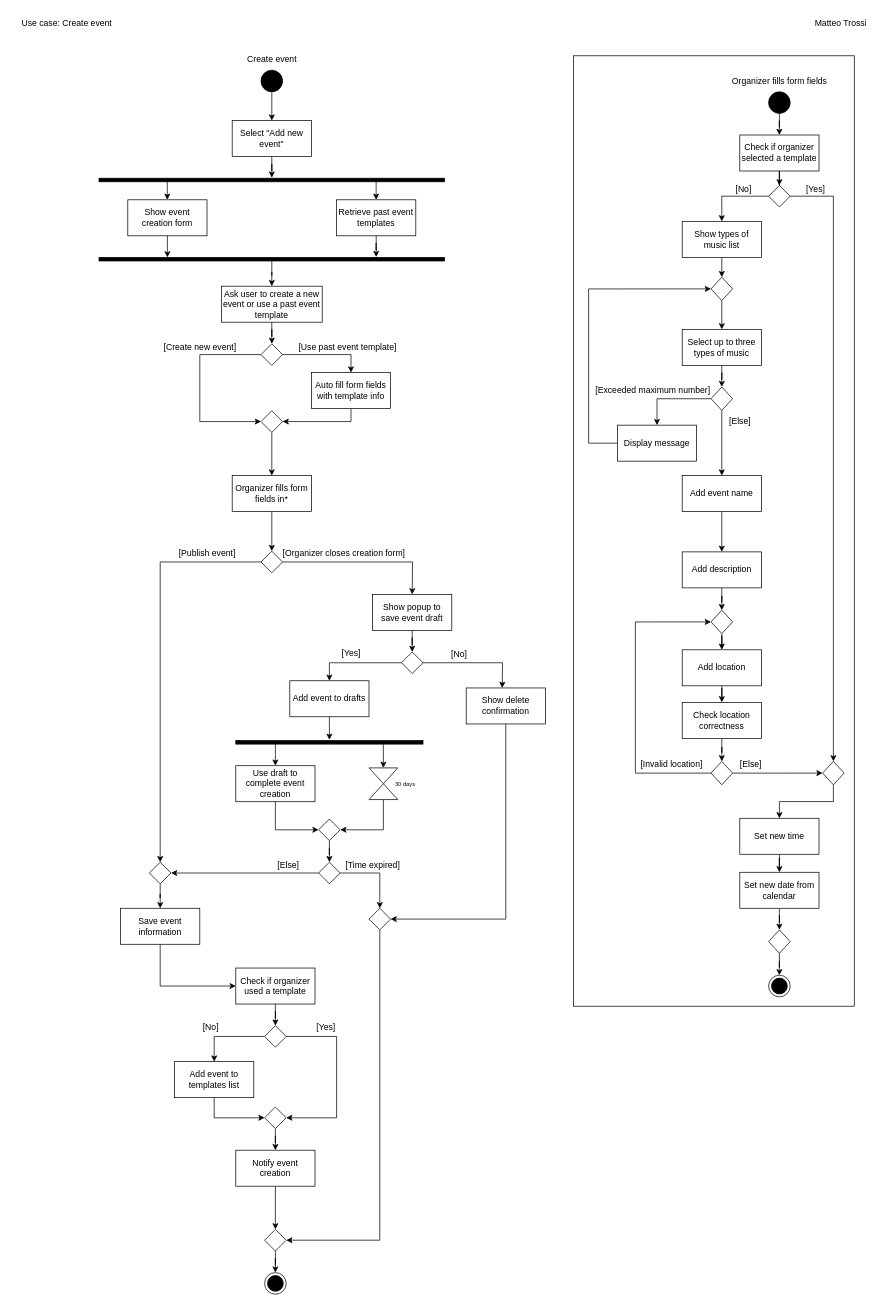
Trossi-Oberi/ispwproject-2324 keeps this draw.io diagram as deliverables/Trossi/AD - Activity diagram/ActivityDiagram.drawio. Above is the earlier version. Source tidied: cells renumbered, new cells numbered last; positions are measured from the earlier drawing's top-left corner, leaving out a move shared by most shapes. Both pictures are drawn from the tidied source at 72%, with x=0, y=0 at pixel (12, 12).
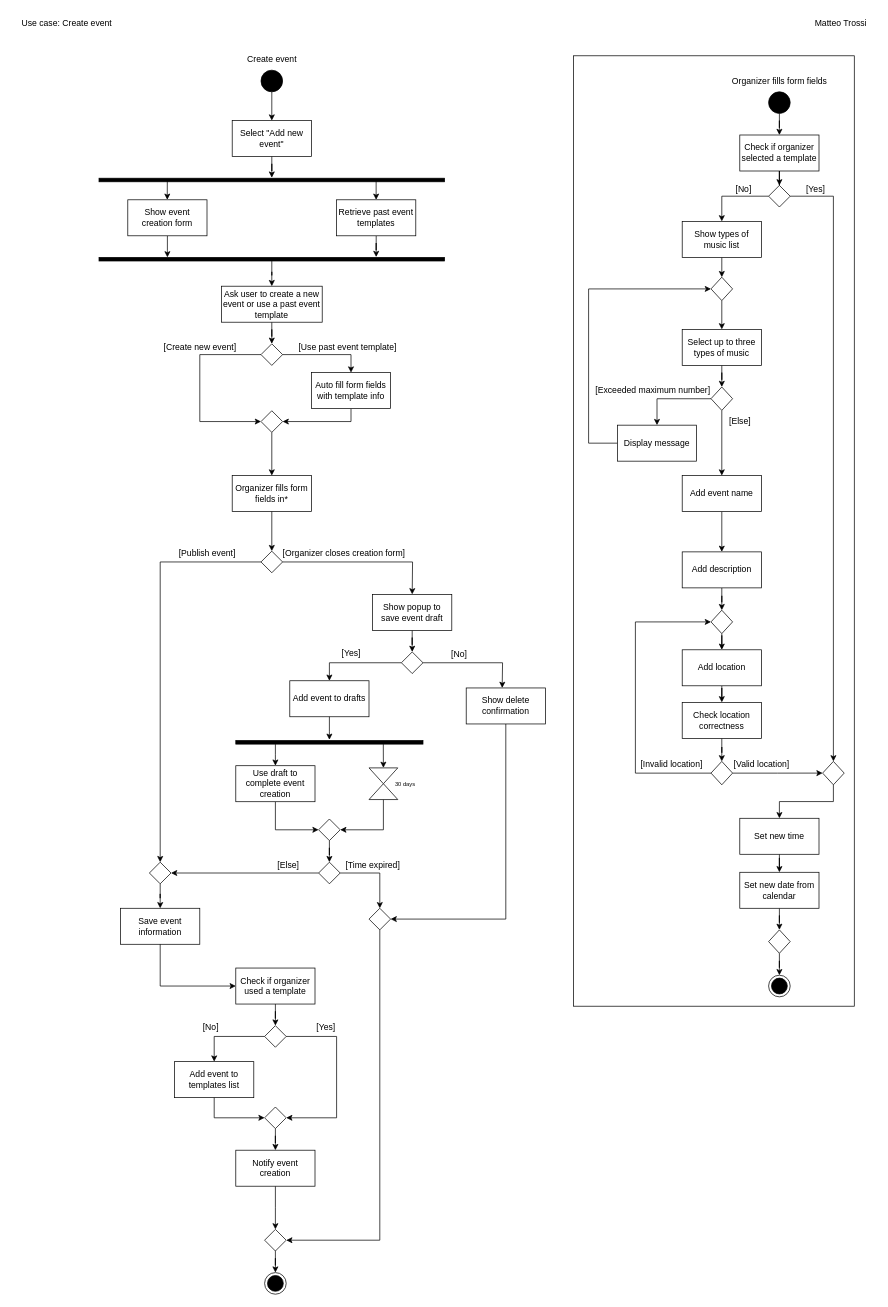
The same page after the edit.

Change to the diagram source:
```diff
@@
-    <mxCell id="121" value="[Else]" style="text;html=1;align=center;verticalAlign=middle;strokeColor=none;fillColor=none;" parent="1" vertex="1">
-      <mxGeometry x="1000" y="1028.5" width="50" height="30" as="geometry" />
+    <mxCell id="121" value="[Valid location]" style="text;html=1;align=center;verticalAlign=middle;strokeColor=none;fillColor=none;" parent="1" vertex="1">
+      <mxGeometry x="990" y="1028.5" width="100" height="30" as="geometry" />
     </mxCell>
```
